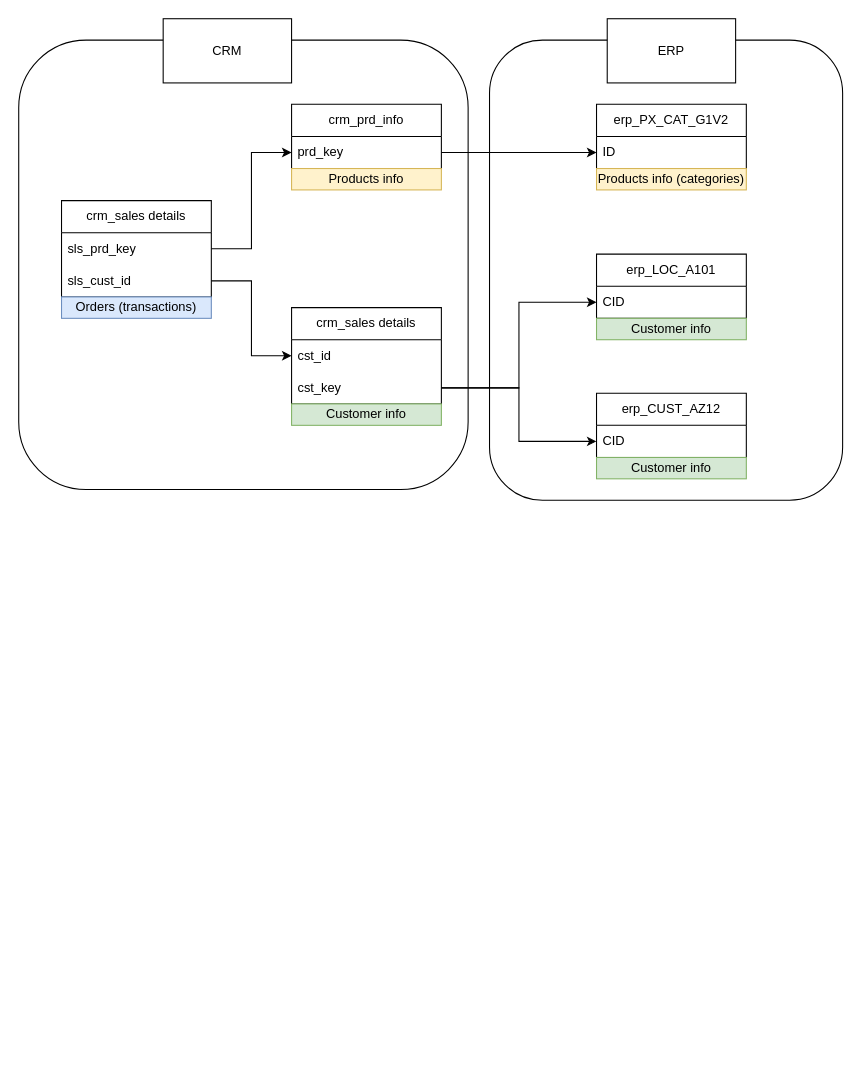
Above: docs/conceptual_data_model.drawio in EyadElnagdy/sql_datawarehouse_project (draw.io), before the change. Source tidied: cells renumbered, new cells numbered last; positions are measured from the earlier drawing's top-left corner, leaving out a move shared by most shapes. Both pictures are drawn from the tidied source at 107%, with x=0, y=0 at pixel (18, 18).
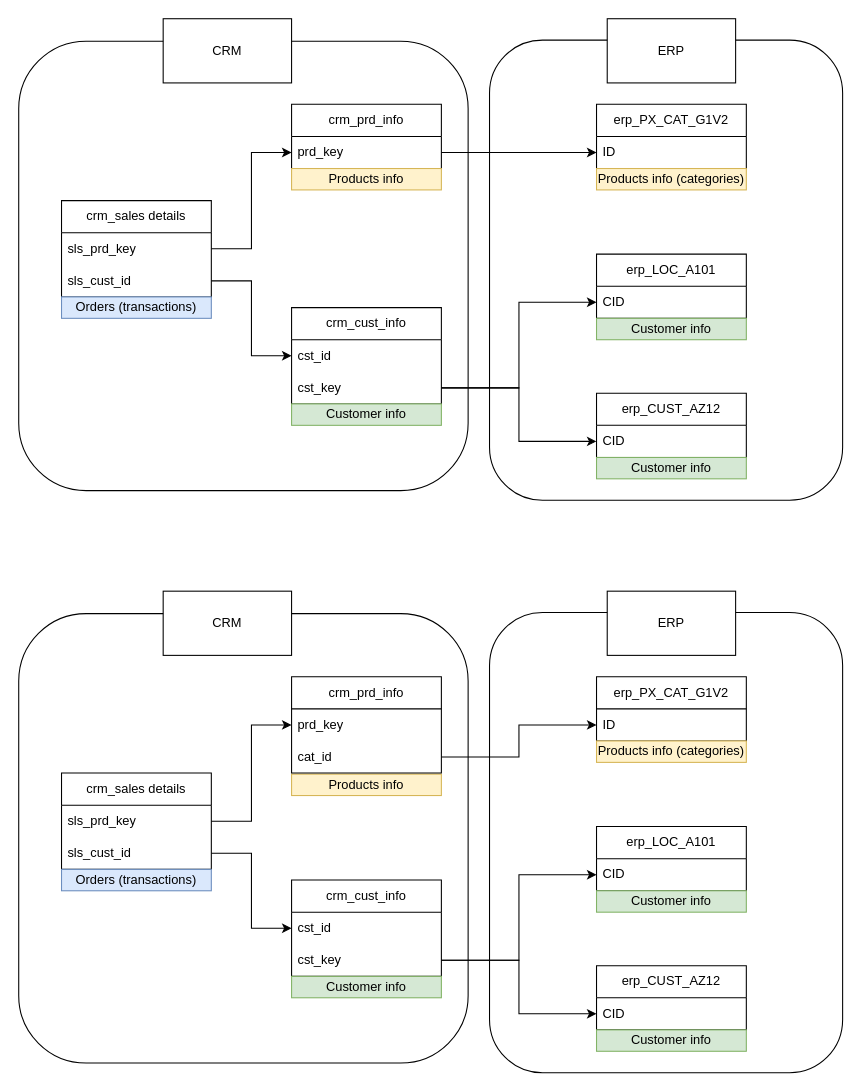
After the change.

What changed in the source:
```diff
@@
     <mxCell id="3" style="rounded=1;whiteSpace=wrap;html=1;fillColor=none;" parent="1" vertex="1">
-      <mxGeometry y="20" width="420" height="420" as="geometry" />
+      <mxGeometry y="21" width="420" height="420" as="geometry" />
     </mxCell>
@@
-    <mxCell id="10" value="crm_sales details" style="swimlane;fontStyle=0;horizontal=1;startSize=30;whiteSpace=wrap;html=1;" parent="1" vertex="1">
+    <mxCell id="10" value="crm_cust_info" style="swimlane;fontStyle=0;horizontal=1;startSize=30;whiteSpace=wrap;html=1;" parent="1" vertex="1">
       <mxGeometry x="255" y="270" width="140" height="90" as="geometry" />
     </mxCell>
@@
+    <mxCell id="31" style="rounded=1;whiteSpace=wrap;html=1;fillColor=none;" parent="1" vertex="1">
+      <mxGeometry x="440" y="555" width="330" height="430" as="geometry" />
+    </mxCell>
+    <mxCell id="32" style="rounded=1;whiteSpace=wrap;html=1;fillColor=none;" parent="1" vertex="1">
+      <mxGeometry y="556" width="420" height="420" as="geometry" />
+    </mxCell>
+    <mxCell id="33" value="crm_sales details" style="swimlane;fontStyle=0;horizontal=1;startSize=30;whiteSpace=wrap;html=1;" parent="1" vertex="1">
+      <mxGeometry x="40" y="705" width="140" height="90" as="geometry" />
+    </mxCell>
+    <mxCell id="34" value="sls_prd_key" style="text;strokeColor=none;fillColor=none;align=left;verticalAlign=middle;spacingLeft=4;spacingRight=4;overflow=hidden;points=[[0,0.5],[1,0.5]];portConstraint=eastwest;whiteSpace=wrap;html=1;" parent="33" vertex="1">
+      <mxGeometry y="30" width="140" height="30" as="geometry" />
+    </mxCell>
+    <mxCell id="35" value="sls_cust_id" style="text;strokeColor=none;fillColor=none;align=left;verticalAlign=middle;spacingLeft=4;spacingRight=4;overflow=hidden;points=[[0,0.5],[1,0.5]];portConstraint=eastwest;whiteSpace=wrap;html=1;" parent="33" vertex="1">
+      <mxGeometry y="60" width="140" height="30" as="geometry" />
+    </mxCell>
+    <mxCell id="36" style="edgeStyle=orthogonalEdgeStyle;rounded=0;jettySize=auto;html=1;entryX=0;entryY=0.5;entryDx=0;entryDy=0;" parent="1" edge="1" source="34" target="59">
+      <mxGeometry relative="1" as="geometry" />
+    </mxCell>
+    <mxCell id="37" value="crm_cust_info" style="swimlane;fontStyle=0;horizontal=1;startSize=30;whiteSpace=wrap;html=1;" parent="1" vertex="1">
+      <mxGeometry x="255" y="805" width="140" height="90" as="geometry" />
+    </mxCell>
+    <mxCell id="38" value="cst_id" style="text;strokeColor=none;fillColor=none;align=left;verticalAlign=middle;spacingLeft=4;spacingRight=4;overflow=hidden;points=[[0,0.5],[1,0.5]];portConstraint=eastwest;whiteSpace=wrap;html=1;" parent="37" vertex="1">
+      <mxGeometry y="30" width="140" height="30" as="geometry" />
+    </mxCell>
+    <mxCell id="39" value="cst_key" style="text;strokeColor=none;fillColor=none;align=left;verticalAlign=middle;spacingLeft=4;spacingRight=4;overflow=hidden;points=[[0,0.5],[1,0.5]];portConstraint=eastwest;whiteSpace=wrap;html=1;" parent="37" vertex="1">
+      <mxGeometry y="60" width="140" height="30" as="geometry" />
+    </mxCell>
+    <mxCell id="40" style="edgeStyle=orthogonalEdgeStyle;rounded=0;jettySize=auto;html=1;exitX=1;exitY=0.5;exitDx=0;exitDy=0;entryX=0;entryY=0.5;entryDx=0;entryDy=0;" parent="1" edge="1" source="35" target="38">
+      <mxGeometry relative="1" as="geometry" />
+    </mxCell>
+    <mxCell id="41" value="erp_PX_CAT_G1V2" style="swimlane;fontStyle=0;horizontal=1;startSize=30;whiteSpace=wrap;html=1;" parent="1" vertex="1">
+      <mxGeometry x="540" y="615" width="140" height="60" as="geometry" />
+    </mxCell>
+    <mxCell id="42" value="ID" style="text;strokeColor=none;fillColor=none;align=left;verticalAlign=middle;spacingLeft=4;spacingRight=4;overflow=hidden;points=[[0,0.5],[1,0.5]];portConstraint=eastwest;whiteSpace=wrap;html=1;" parent="41" vertex="1">
+      <mxGeometry y="30" width="140" height="30" as="geometry" />
+    </mxCell>
+    <mxCell id="43" value="erp_LOC_A101" style="swimlane;fontStyle=0;horizontal=1;startSize=30;whiteSpace=wrap;html=1;" parent="1" vertex="1">
+      <mxGeometry x="540" y="755" width="140" height="60" as="geometry" />
+    </mxCell>
+    <mxCell id="44" value="CID" style="text;strokeColor=none;fillColor=none;align=left;verticalAlign=middle;spacingLeft=4;spacingRight=4;overflow=hidden;points=[[0,0.5],[1,0.5]];portConstraint=eastwest;whiteSpace=wrap;html=1;" parent="43" vertex="1">
+      <mxGeometry y="30" width="140" height="30" as="geometry" />
+    </mxCell>
+    <mxCell id="45" value="erp_CUST_AZ12" style="swimlane;fontStyle=0;horizontal=1;startSize=30;whiteSpace=wrap;html=1;" parent="1" vertex="1">
+      <mxGeometry x="540" y="885" width="140" height="60" as="geometry" />
+    </mxCell>
+    <mxCell id="46" value="CID" style="text;strokeColor=none;fillColor=none;align=left;verticalAlign=middle;spacingLeft=4;spacingRight=4;overflow=hidden;points=[[0,0.5],[1,0.5]];portConstraint=eastwest;whiteSpace=wrap;html=1;" parent="45" vertex="1">
+      <mxGeometry y="30" width="140" height="30" as="geometry" />
+    </mxCell>
+    <mxCell id="47" style="edgeStyle=orthogonalEdgeStyle;rounded=0;jettySize=auto;html=1;exitX=1;exitY=0.5;exitDx=0;exitDy=0;entryX=0;entryY=0.5;entryDx=0;entryDy=0;" parent="1" edge="1" source="39" target="46">
+      <mxGeometry relative="1" as="geometry" />
+    </mxCell>
+    <mxCell id="48" style="edgeStyle=orthogonalEdgeStyle;rounded=0;jettySize=auto;html=1;exitX=1;exitY=0.5;exitDx=0;exitDy=0;entryX=0;entryY=0.5;entryDx=0;entryDy=0;" parent="1" edge="1" source="39" target="44">
+      <mxGeometry relative="1" as="geometry" />
+    </mxCell>
+    <mxCell id="49" style="edgeStyle=orthogonalEdgeStyle;rounded=0;jettySize=auto;html=1;exitX=1;exitY=0.5;exitDx=0;exitDy=0;entryX=0;entryY=0.5;entryDx=0;entryDy=0;" parent="1" edge="1" source="60" target="42">
+      <mxGeometry relative="1" as="geometry" />
+    </mxCell>
+    <mxCell id="50" value="CRM" style="rounded=0;whiteSpace=wrap;html=1;" parent="1" vertex="1">
+      <mxGeometry x="135" y="535" width="120" height="60" as="geometry" />
+    </mxCell>
+    <mxCell id="51" value="ERP" style="rounded=0;whiteSpace=wrap;html=1;" parent="1" vertex="1">
+      <mxGeometry x="550" y="535" width="120" height="60" as="geometry" />
+    </mxCell>
+    <mxCell id="52" value="Orders (transactions)" style="rounded=0;whiteSpace=wrap;html=1;fillColor=#dae8fc;strokeColor=#6c8ebf;" parent="1" vertex="1">
+      <mxGeometry x="40" y="795" width="140" height="20" as="geometry" />
+    </mxCell>
+    <mxCell id="53" value="Products info" style="rounded=0;whiteSpace=wrap;html=1;fillColor=#fff2cc;strokeColor=#d6b656;" parent="1" vertex="1">
+      <mxGeometry x="255" y="706" width="140" height="20" as="geometry" />
+    </mxCell>
+    <mxCell id="54" value="Customer info" style="rounded=0;whiteSpace=wrap;html=1;fillColor=#d5e8d4;strokeColor=#82b366;" parent="1" vertex="1">
+      <mxGeometry x="255" y="895" width="140" height="20" as="geometry" />
+    </mxCell>
+    <mxCell id="55" value="Products info (categories)" style="rounded=0;whiteSpace=wrap;html=1;fillColor=#fff2cc;strokeColor=#d6b656;" parent="1" vertex="1">
+      <mxGeometry x="540" y="675" width="140" height="20" as="geometry" />
+    </mxCell>
+    <mxCell id="56" value="Customer info" style="rounded=0;whiteSpace=wrap;html=1;fillColor=#d5e8d4;strokeColor=#82b366;" parent="1" vertex="1">
+      <mxGeometry x="540" y="815" width="140" height="20" as="geometry" />
+    </mxCell>
+    <mxCell id="57" value="Customer info" style="rounded=0;whiteSpace=wrap;html=1;fillColor=#d5e8d4;strokeColor=#82b366;" parent="1" vertex="1">
+      <mxGeometry x="540" y="945" width="140" height="20" as="geometry" />
+    </mxCell>
+    <mxCell id="58" value="crm_prd_info" style="swimlane;fontStyle=0;horizontal=1;startSize=30;whiteSpace=wrap;html=1;" parent="1" vertex="1">
+      <mxGeometry x="255" y="615" width="140" height="90" as="geometry" />
+    </mxCell>
+    <mxCell id="59" value="prd_key" style="text;strokeColor=none;fillColor=none;align=left;verticalAlign=middle;spacingLeft=4;spacingRight=4;overflow=hidden;points=[[0,0.5],[1,0.5]];portConstraint=eastwest;whiteSpace=wrap;html=1;" parent="58" vertex="1">
+      <mxGeometry y="30" width="140" height="30" as="geometry" />
+    </mxCell>
+    <mxCell id="60" value="cat_id" style="text;strokeColor=none;fillColor=none;align=left;verticalAlign=middle;spacingLeft=4;spacingRight=4;overflow=hidden;points=[[0,0.5],[1,0.5]];portConstraint=eastwest;whiteSpace=wrap;html=1;" parent="58" vertex="1">
+      <mxGeometry y="60" width="140" height="30" as="geometry" />
+    </mxCell>
```
